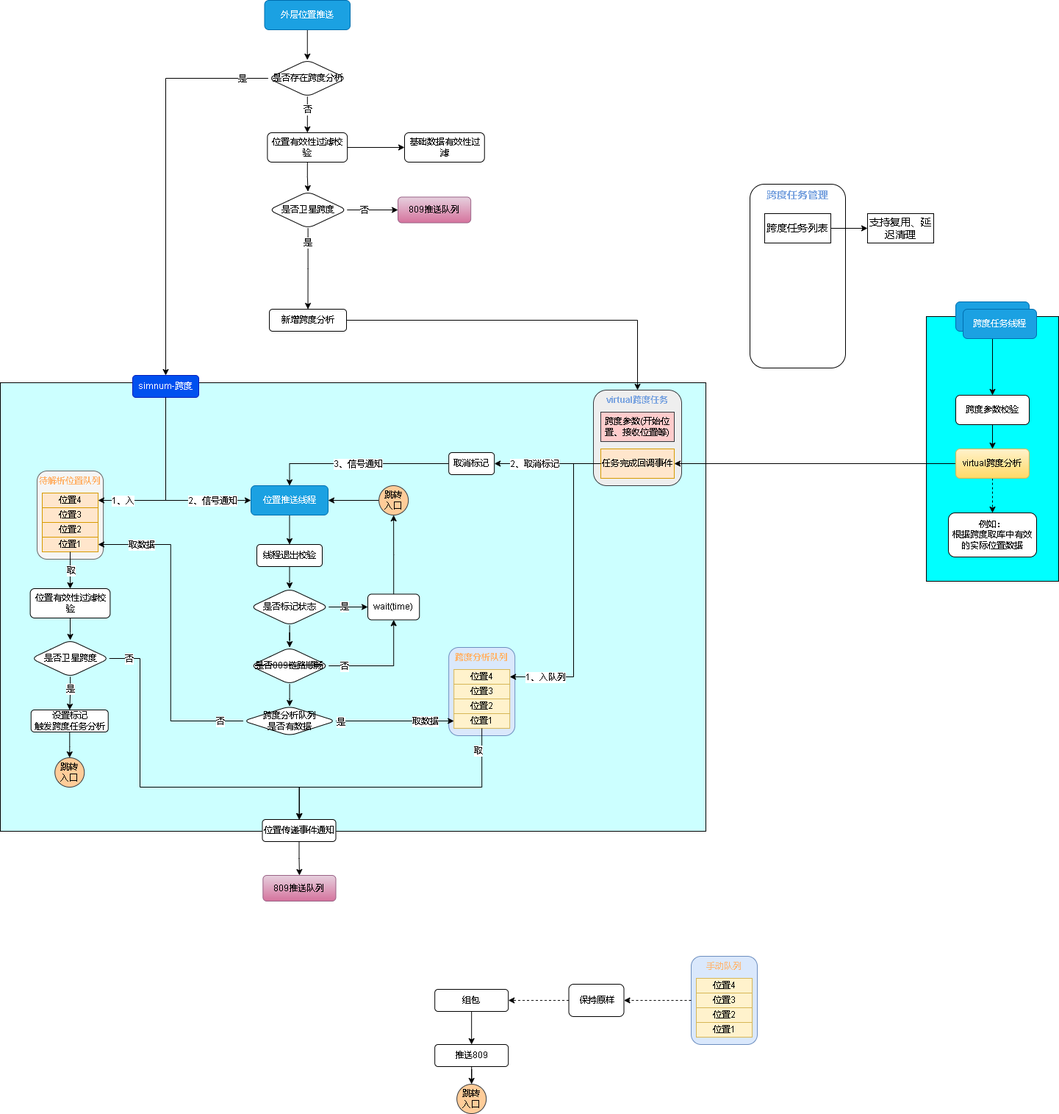
The draw.io diagram 809数据跨度.drawio.png in xktder/draw, before a commit. Source tidied: cells renumbered, new cells last; positions are measured from the earlier drawing's top-left corner, leaving out a move shared by most shapes.
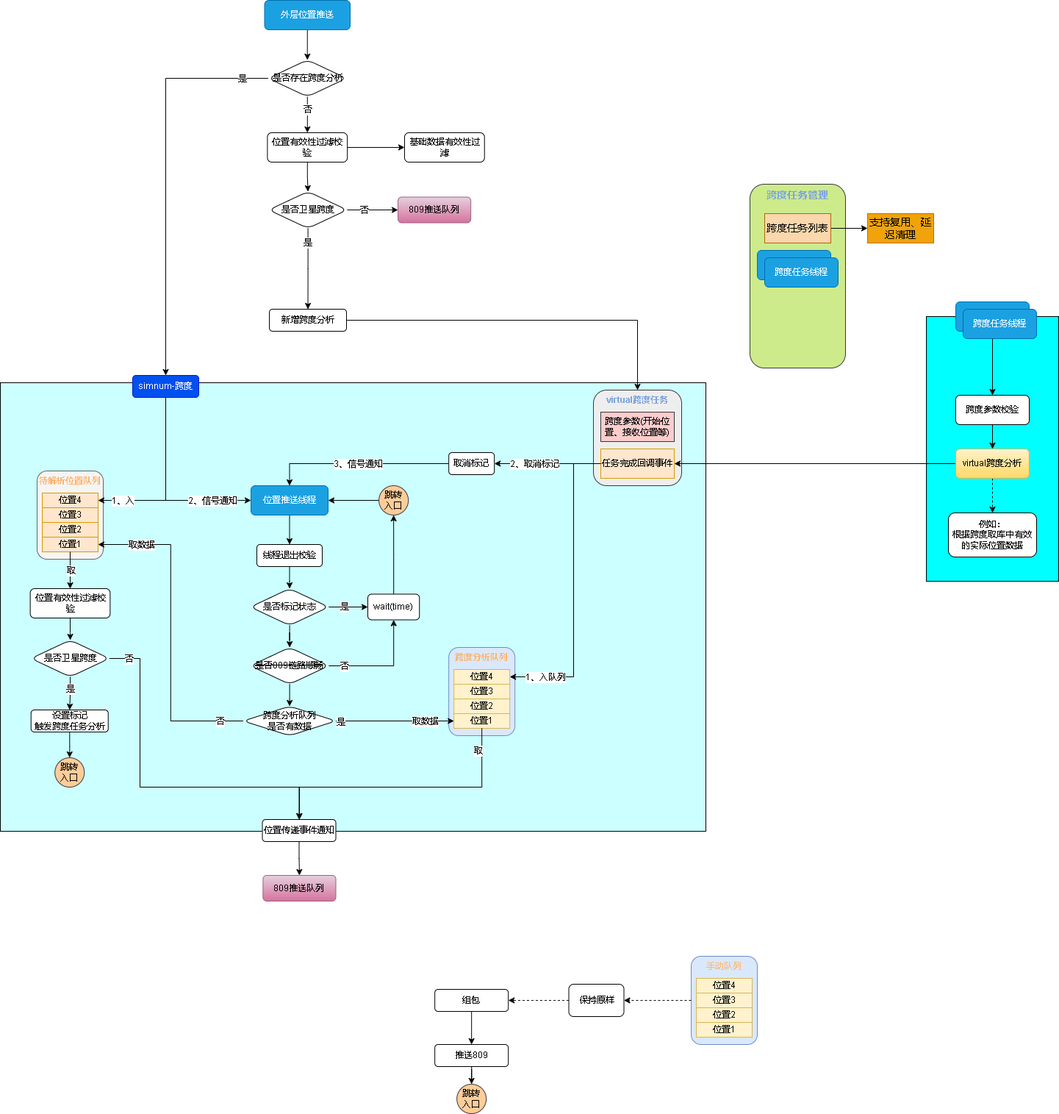
After the commit.

Commit message:
更新809数据跨度.drawio.png

The edit, as a diff of the source:
```diff
@@ -391,17 +391,23 @@
     <mxCell id="113" value="基础数据有效性过滤" style="rounded=1;whiteSpace=wrap;html=1;fontFamily=Helvetica;fontSize=12;fontColor=default;align=center;strokeColor=default;fillColor=default;" parent="1" vertex="1">
       <mxGeometry x="550" y="180" width="108.8" height="40" as="geometry" />
     </mxCell>
-    <mxCell id="114" value="&lt;font color=&quot;#7ea6e0&quot; style=&quot;font-size: 14px;&quot;&gt;&lt;b&gt;跨度任务管理&lt;/b&gt;&lt;/font&gt;" style="rounded=1;whiteSpace=wrap;html=1;verticalAlign=top;" parent="1" vertex="1">
+    <mxCell id="114" value="&lt;font color=&quot;#7ea6e0&quot; style=&quot;font-size: 14px;&quot;&gt;&lt;b&gt;跨度任务管理&lt;/b&gt;&lt;/font&gt;" style="rounded=1;whiteSpace=wrap;html=1;verticalAlign=top;fillColor=#cdeb8b;strokeColor=#36393d;" parent="1" vertex="1">
       <mxGeometry x="1020" y="250" width="130" height="250" as="geometry" />
     </mxCell>
     <mxCell id="115" style="edgeStyle=orthogonalEdgeStyle;rounded=0;jettySize=auto;html=1;fontSize=14;fontColor=#000000;entryX=0;entryY=0.5;entryDx=0;entryDy=0;" parent="1" edge="1" source="116" target="117">
       <mxGeometry relative="1" as="geometry" />
     </mxCell>
-    <mxCell id="116" value="跨度任务列表" style="rounded=0;whiteSpace=wrap;html=1;fontSize=14;fontColor=#000000;fontStyle=0;" parent="1" vertex="1">
+    <mxCell id="116" value="跨度任务列表" style="rounded=0;whiteSpace=wrap;html=1;fontSize=14;fontStyle=0;fillColor=#fad7ac;strokeColor=#b46504;" parent="1" vertex="1">
       <mxGeometry x="1040" y="290" width="90" height="40" as="geometry" />
     </mxCell>
-    <mxCell id="117" value="支持复用、延迟清理" style="rounded=0;whiteSpace=wrap;html=1;fontSize=14;fontColor=#000000;fontStyle=0;" parent="1" vertex="1">
+    <mxCell id="117" value="支持复用、延迟清理" style="rounded=0;whiteSpace=wrap;html=1;fontSize=14;fontColor=#000000;fontStyle=0;fillColor=#f0a30a;strokeColor=#BD7000;" parent="1" vertex="1">
       <mxGeometry x="1180" y="290" width="90" height="40" as="geometry" />
     </mxCell>
+    <mxCell id="118" value="跨度任务线程" style="rounded=1;whiteSpace=wrap;html=1;fontColor=#ffffff;fillColor=#1ba1e2;strokeColor=#006EAF;" parent="1" vertex="1">
+      <mxGeometry x="1030" y="340" width="100" height="40" as="geometry" />
+    </mxCell>
+    <mxCell id="119" value="跨度任务线程" style="rounded=1;whiteSpace=wrap;html=1;fontColor=#ffffff;fillColor=#1ba1e2;strokeColor=#006EAF;" parent="1" vertex="1">
+      <mxGeometry x="1040" y="350" width="100" height="40" as="geometry" />
+    </mxCell>
   </root>
 </mxGraphModel>
```
